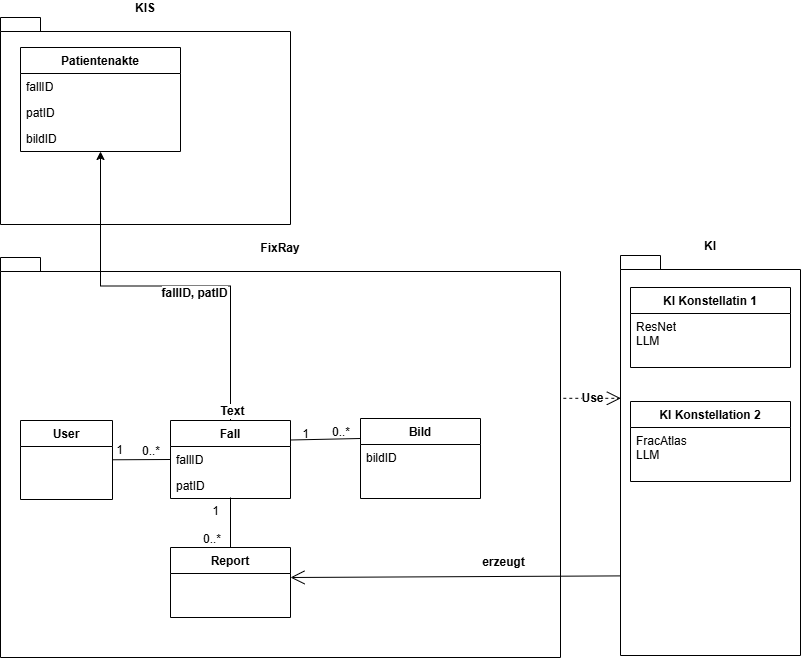
This is docs/Diagramme/Klassendiagramm.drawio.png from NadineLoosli/FixRay, a draw.io export, as it was before one commit. Source tidied: cells renumbered, new cells last; positions are measured from the earlier drawing's top-left corner, leaving out a move shared by most shapes.
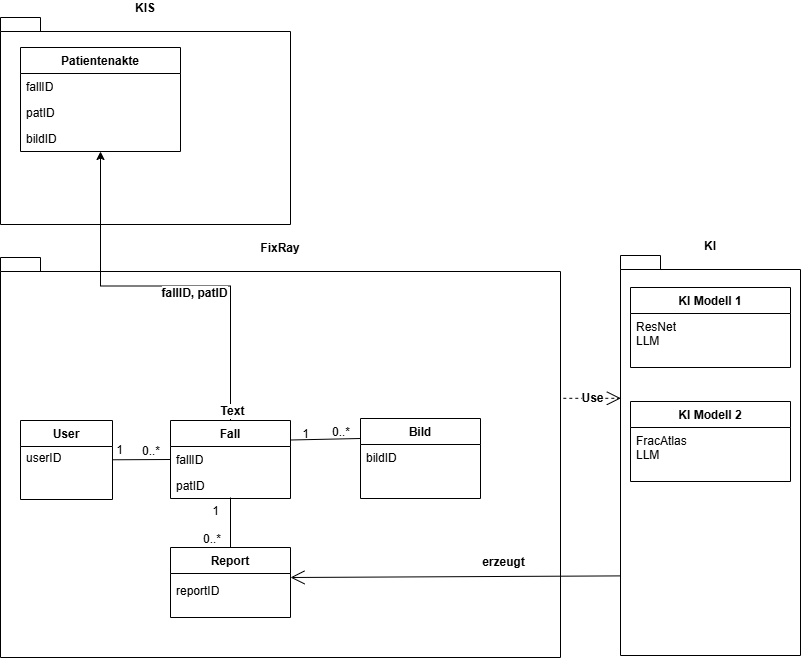
Later version of the same file.

The edit, as a diff of the source:
```diff
@@ -47,13 +47,13 @@
     <mxCell id="16" value="KI" style="shape=folder;fontStyle=1;spacingTop=10;tabWidth=40;tabHeight=14;tabPosition=left;html=1;whiteSpace=wrap;strokeColor=default;align=center;verticalAlign=bottom;fontFamily=Helvetica;fontSize=12;fontColor=default;fillColor=default;labelPosition=center;verticalLabelPosition=top;" parent="1" vertex="1">
       <mxGeometry x="620" y="238" width="180" height="400" as="geometry" />
     </mxCell>
-    <mxCell id="17" value="KI Konstellation 2" style="swimlane;fontStyle=1;align=center;verticalAlign=top;horizontal=1;startSize=26;whiteSpace=wrap;html=1;" parent="1" vertex="1">
+    <mxCell id="17" value="KI Modell 2" style="swimlane;fontStyle=1;align=center;verticalAlign=top;horizontal=1;startSize=26;whiteSpace=wrap;html=1;" parent="1" vertex="1">
       <mxGeometry x="630" y="384" width="160" height="80" as="geometry" />
     </mxCell>
     <mxCell id="18" value="FracAtlas&lt;div&gt;LLM&lt;/div&gt;" style="text;strokeColor=none;fillColor=none;align=left;verticalAlign=top;spacingLeft=4;spacingRight=4;overflow=hidden;whiteSpace=wrap;html=1;" parent="17" vertex="1">
       <mxGeometry y="26" width="160" height="54" as="geometry" />
     </mxCell>
-    <mxCell id="19" value="KI Konstellatin 1" style="swimlane;fontStyle=1;align=center;verticalAlign=top;horizontal=1;startSize=26;whiteSpace=wrap;html=1;" parent="1" vertex="1">
+    <mxCell id="19" value="KI Modell 1" style="swimlane;fontStyle=1;align=center;verticalAlign=top;horizontal=1;startSize=26;whiteSpace=wrap;html=1;" parent="1" vertex="1">
       <mxGeometry x="630" y="270" width="160" height="80" as="geometry" />
     </mxCell>
     <mxCell id="20" value="ResNet&lt;div&gt;LLM&lt;/div&gt;" style="text;strokeColor=none;fillColor=none;align=left;verticalAlign=top;spacingLeft=4;spacingRight=4;overflow=hidden;whiteSpace=wrap;html=1;" parent="19" vertex="1">
@@ -128,5 +128,11 @@
         <mxPoint x="-29" as="offset" />
       </mxGeometry>
     </mxCell>
+    <mxCell id="38" value="userID" style="text;strokeColor=none;fillColor=none;align=left;verticalAlign=top;spacingLeft=4;spacingRight=4;overflow=hidden;whiteSpace=wrap;html=1;" parent="1" vertex="1">
+      <mxGeometry x="20" y="427" width="90" height="54" as="geometry" />
+    </mxCell>
+    <mxCell id="39" value="reportID" style="text;strokeColor=none;fillColor=none;align=left;verticalAlign=top;spacingLeft=4;spacingRight=4;overflow=hidden;whiteSpace=wrap;html=1;" parent="1" vertex="1">
+      <mxGeometry x="170" y="560" width="120" height="44" as="geometry" />
+    </mxCell>
   </root>
 </mxGraphModel>
```
